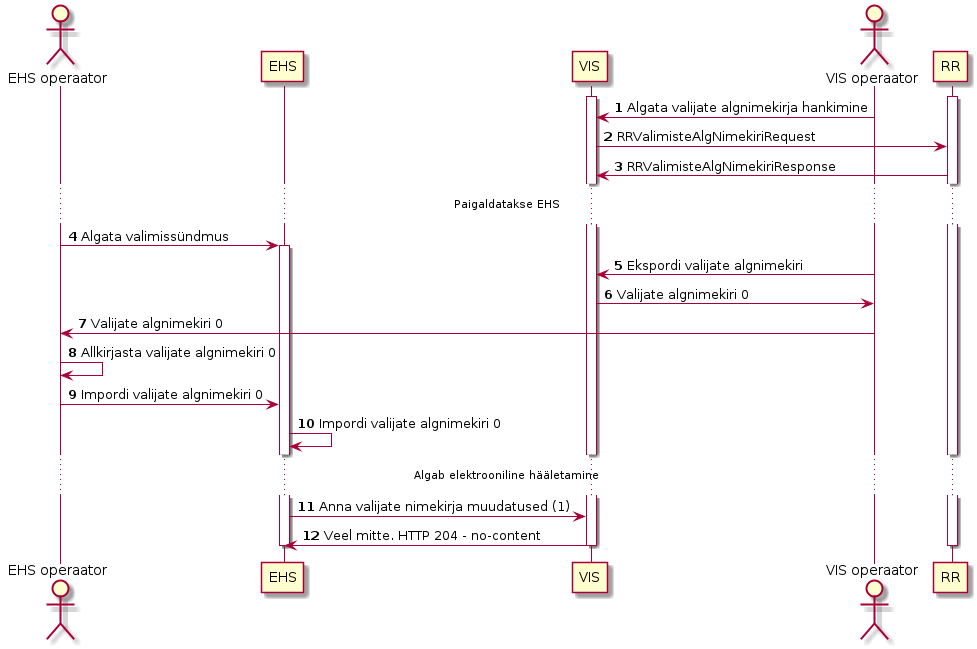
Above: model/list_initial.png in ivarsmolin/VIS3-EHS (PlantUML), before the change.
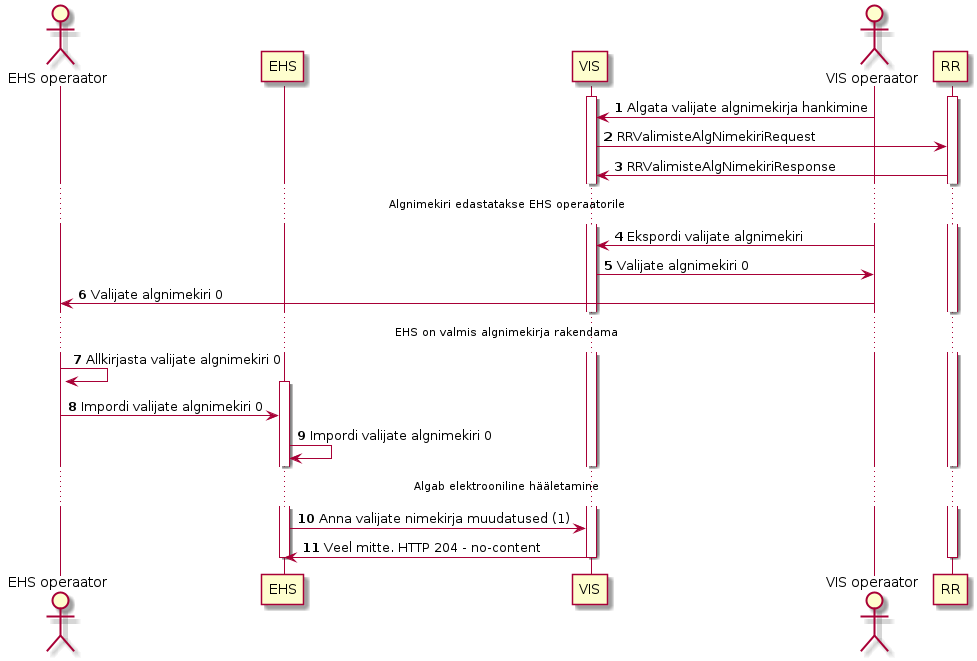
The same diagram one commit later.

Change to the diagram source:
```diff
@@ -13,14 +13,16 @@
 vis -> rr : RRValimisteAlgNimekiriRequest
 rr -> vis : RRValimisteAlgNimekiriResponse
 
-...Paigaldatakse EHS...
+...Algnimekiri edastatakse EHS operaatorile...
 
-ac_ehs -> ehs: Algata valimissündmus
-activate ehs
 ac_vis -> vis: Ekspordi valijate algnimekiri
 vis -> ac_vis: Valijate algnimekiri 0
 ac_vis -> ac_ehs: Valijate algnimekiri 0
+
+...EHS on valmis algnimekirja rakendama...
+
 ac_ehs -> ac_ehs: Allkirjasta valijate algnimekiri 0
+activate ehs
 ac_ehs -> ehs: Impordi valijate algnimekiri 0
 ehs -> ehs: Impordi valijate algnimekiri 0
 
```
